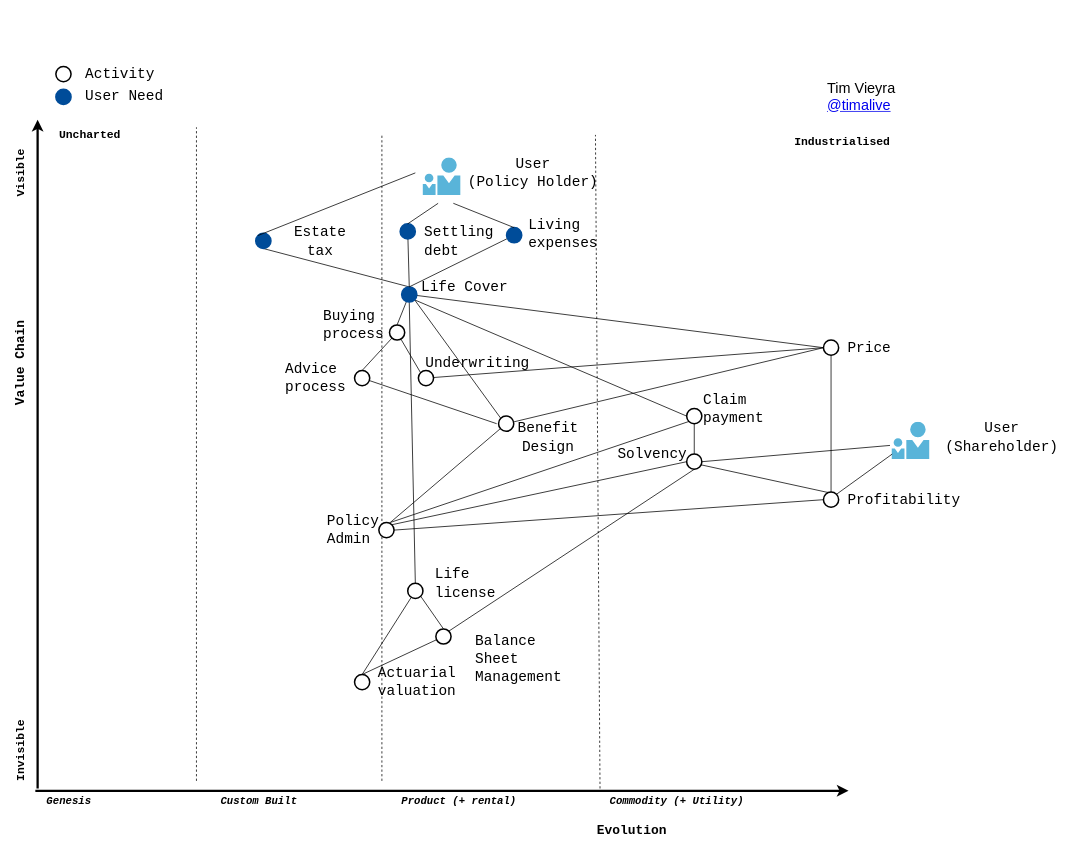
Before: Life Insurance Wardley Map.drawio in timalive/timalive.github.io, a draw.io diagram. Source tidied: cells renumbered, new cells numbered last; positions are measured from the earlier drawing's top-left corner, leaving out a move shared by most shapes. Both pictures are drawn from the tidied source at 76%, with x=0, y=0 at pixel (-28, 66).
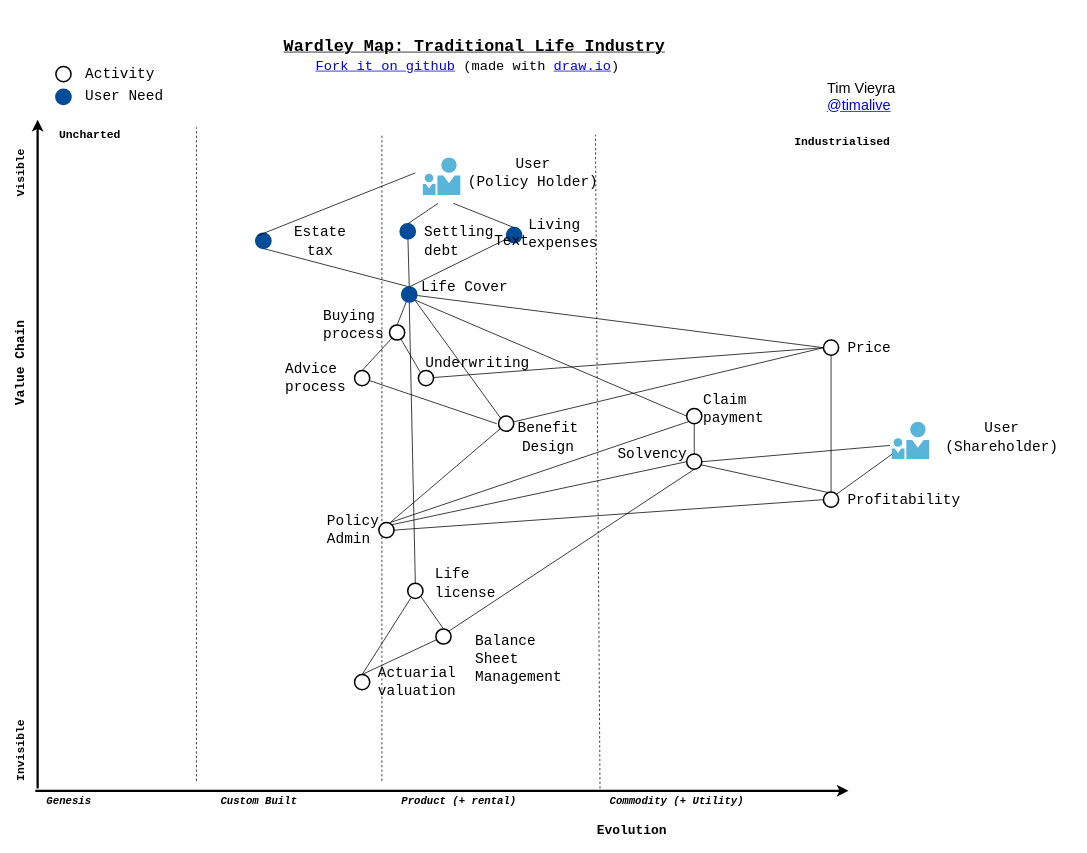
The same page after the edit.

The edit, as a diff of the source:
```diff
@@
+    <mxCell id="92" value="&lt;font&gt;&lt;span style=&quot;font-size: 22px&quot;&gt;Wardley Map: Traditional Life Industry&lt;/span&gt;&lt;br&gt;&lt;/font&gt;" style="text;html=1;strokeColor=none;fillColor=none;align=center;verticalAlign=middle;whiteSpace=wrap;rounded=0;fontFamily=Courier New;fontSize=19;fontStyle=5;" parent="18" vertex="1">
+      <mxGeometry x="360" y="-70" width="601.5" height="90" as="geometry" />
+    </mxCell>
+    <mxCell id="93" value="Text" style="text;html=1;strokeColor=none;fillColor=none;align=center;verticalAlign=middle;whiteSpace=wrap;rounded=0;fontFamily=Courier New;fontSize=19;" parent="18" vertex="1">
+      <mxGeometry x="690" y="220" width="40" height="20" as="geometry" />
+    </mxCell>
+    <mxCell id="94" value="&lt;span style=&quot;font-size: 18px&quot;&gt;&lt;a href=&quot;https://github.com/timalive/timalive.github.io/blob/main/Life%20Insurance%20Wardley%20Map.drawio&quot;&gt;Fork it on github&lt;/a&gt;&amp;nbsp;(made with &lt;a href=&quot;draw.io&quot;&gt;draw.io&lt;/a&gt;)&lt;/span&gt;" style="text;html=1;strokeColor=none;fillColor=none;align=center;verticalAlign=middle;whiteSpace=wrap;rounded=0;fontFamily=Courier New;fontSize=19;" parent="18" vertex="1">
+      <mxGeometry x="435.2" y="-10" width="433.5" height="20" as="geometry" />
+    </mxCell>
```
